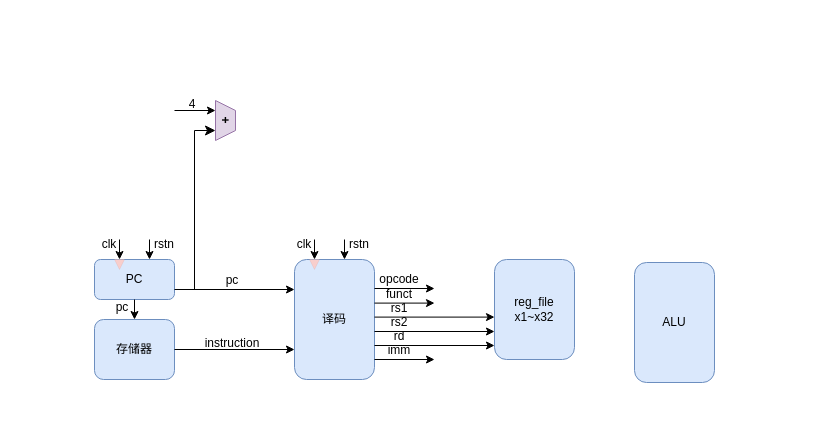
youmiwei/drawio keeps this draw.io diagram as riscv.drawio. Above is the earlier version. Source tidied: cells renumbered, new cells numbered last; positions are measured from the earlier drawing's top-left corner, leaving out a move shared by most shapes. Both pictures are drawn from the tidied source at 100%, with x=0, y=0 at pixel (94, 99).
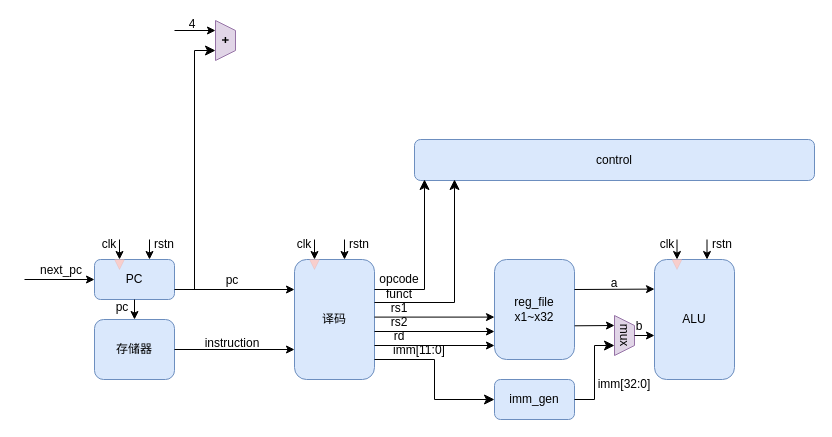
Above is the later version.

Unchanged cells that the change refers to:
```xml
<mxCell id="3" value="PC" style="rounded=1;whiteSpace=wrap;html=1;fillColor=#dae8fc;strokeColor=#6c8ebf;" parent="1" vertex="1">
  <mxGeometry y="160" width="80" height="40" as="geometry" />
</mxCell>
<mxCell id="38" value="&lt;div&gt;reg_file&lt;/div&gt;x1~x32" style="rounded=1;whiteSpace=wrap;html=1;fillColor=#dae8fc;strokeColor=#6c8ebf;" parent="1" vertex="1">
  <mxGeometry x="400" y="160" width="80" height="100" as="geometry" />
</mxCell>
```

What changed in the source:
```diff
@@
     <mxCell id="2" value="ALU" style="rounded=1;whiteSpace=wrap;html=1;fillColor=#dae8fc;strokeColor=#6c8ebf;" parent="1" vertex="1">
-      <mxGeometry x="540" y="163" width="80" height="120" as="geometry" />
+      <mxGeometry x="560" y="160" width="80" height="120" as="geometry" />
     </mxCell>
@@
-    <mxCell id="5" style="endArrow=classic;html=1;rounded=0;exitX=0.25;exitY=1;exitDx=0;exitDy=0;entryX=0.25;entryY=0;entryDx=0;entryDy=0;" parent="1" edge="1">
+    <mxCell id="5" style="endArrow=classic;html=1;rounded=0;exitX=0.25;exitY=1;exitDx=0;exitDy=0;entryX=0.25;entryY=0;entryDx=0;entryDy=0;fontStyle=1;" parent="1" edge="1">
       <mxGeometry relative="1" as="geometry">
         <mxPoint x="40" y="200" as="sourcePoint" />
         <mxPoint x="40" y="220" as="targetPoint" />
       </mxGeometry>
     </mxCell>
@@
     <mxCell id="22" value="&lt;div align=&quot;center&quot;&gt;&lt;div&gt;&lt;b&gt;+&lt;/b&gt;&lt;/div&gt;&lt;/div&gt;" style="shape=trapezoid;perimeter=trapezoidPerimeter;whiteSpace=wrap;html=1;fixedSize=1;size=10;rotation=90;fillColor=#e1d5e7;strokeColor=#9673a6;align=center;" parent="1" vertex="1">
-      <mxGeometry x="111" y="11" width="40" height="20" as="geometry" />
+      <mxGeometry x="111" y="-69" width="40" height="20" as="geometry" />
     </mxCell>
@@
     <mxCell id="24" style="endArrow=classic;html=1;rounded=0;entryX=0.25;entryY=1;entryDx=0;entryDy=0;" parent="1" edge="1" target="22">
       <mxGeometry relative="1" as="geometry">
-        <mxPoint x="80" y="11" as="sourcePoint" />
+        <mxPoint x="80" y="-69" as="sourcePoint" />
       </mxGeometry>
     </mxCell>
     <mxCell id="25" value="4" style="text;html=1;align=center;verticalAlign=middle;whiteSpace=wrap;rounded=0;" parent="1" vertex="1">
-      <mxGeometry x="83" width="30" height="10" as="geometry" />
+      <mxGeometry x="83" y="-80" width="30" height="10" as="geometry" />
     </mxCell>
-    <mxCell id="26" style="endArrow=classic;html=1;rounded=0;exitX=1;exitY=0.75;exitDx=0;exitDy=0;" parent="1" edge="1">
-      <mxGeometry relative="1" as="geometry">
-        <mxPoint x="280" y="189" as="sourcePoint" />
-        <mxPoint x="340" y="189" as="targetPoint" />
-      </mxGeometry>
-    </mxCell>
@@
-    <mxCell id="28" style="endArrow=classic;html=1;rounded=0;exitX=1;exitY=0.75;exitDx=0;exitDy=0;" parent="1" edge="1">
-      <mxGeometry relative="1" as="geometry">
-        <mxPoint x="280" y="203.6" as="sourcePoint" />
-        <mxPoint x="340" y="203.6" as="targetPoint" />
-      </mxGeometry>
-    </mxCell>
@@
-    <mxCell id="36" style="endArrow=classic;html=1;rounded=0;exitX=1;exitY=0.75;exitDx=0;exitDy=0;" parent="1" edge="1">
-      <mxGeometry relative="1" as="geometry">
-        <mxPoint x="280" y="260" as="sourcePoint" />
-        <mxPoint x="340" y="260" as="targetPoint" />
-      </mxGeometry>
-    </mxCell>
-    <mxCell id="37" value="imm" style="text;html=1;align=center;verticalAlign=middle;whiteSpace=wrap;rounded=0;" parent="1" vertex="1">
-      <mxGeometry x="290" y="246" width="30" height="10" as="geometry" />
+    <mxCell id="37" value="imm[11:0]" style="text;html=1;align=center;verticalAlign=middle;whiteSpace=wrap;rounded=0;" parent="1" vertex="1">
+      <mxGeometry x="290" y="246" width="70" height="10" as="geometry" />
     </mxCell>
@@
+    <mxCell id="39" value="imm_gen" style="rounded=1;whiteSpace=wrap;html=1;fillColor=#dae8fc;strokeColor=#6c8ebf;" parent="1" vertex="1">
+      <mxGeometry x="400" y="280" width="80" height="40" as="geometry" />
+    </mxCell>
+    <mxCell id="40" style="edgeStyle=elbowEdgeStyle;elbow=horizontal;endArrow=classic;html=1;curved=0;rounded=0;endSize=8;startSize=8;entryX=0;entryY=0.5;entryDx=0;entryDy=0;" parent="1" edge="1" target="39">
+      <mxGeometry relative="1" as="geometry">
+        <mxPoint x="280" y="260" as="sourcePoint" />
+      </mxGeometry>
+    </mxCell>
+    <mxCell id="41" value="control" style="rounded=1;whiteSpace=wrap;html=1;fillColor=#dae8fc;strokeColor=#6c8ebf;" parent="1" vertex="1">
+      <mxGeometry x="320" y="40" width="400" height="41" as="geometry" />
+    </mxCell>
+    <mxCell id="42" style="edgeStyle=elbowEdgeStyle;elbow=horizontal;endArrow=classic;html=1;curved=0;rounded=0;endSize=8;startSize=8;" parent="1" edge="1">
+      <mxGeometry relative="1" as="geometry">
+        <mxPoint x="280" y="190" as="sourcePoint" />
+        <mxPoint x="330" y="80" as="targetPoint" />
+        <Array as="points">
+          <mxPoint x="330" y="170" />
+        </Array>
+      </mxGeometry>
+    </mxCell>
+    <mxCell id="43" style="edgeStyle=elbowEdgeStyle;elbow=horizontal;endArrow=classic;html=1;curved=0;rounded=0;endSize=8;startSize=8;" parent="1" edge="1">
+      <mxGeometry relative="1" as="geometry">
+        <mxPoint x="280" y="203" as="sourcePoint" />
+        <mxPoint x="360" y="80" as="targetPoint" />
+        <Array as="points">
+          <mxPoint x="360" y="203" />
+        </Array>
+      </mxGeometry>
+    </mxCell>
+    <mxCell id="44" value="mux" style="shape=trapezoid;perimeter=trapezoidPerimeter;whiteSpace=wrap;html=1;fixedSize=1;size=10;rotation=90;fillColor=#e1d5e7;strokeColor=#9673a6;align=center;" parent="1" vertex="1">
+      <mxGeometry x="510" y="226" width="40" height="20" as="geometry" />
+    </mxCell>
+    <mxCell id="45" style="endArrow=classic;html=1;rounded=0;entryX=0.25;entryY=1;entryDx=0;entryDy=0;exitX=1.002;exitY=0.663;exitDx=0;exitDy=0;exitPerimeter=0;" parent="1" edge="1" source="38" target="44">
+      <mxGeometry relative="1" as="geometry" />
+    </mxCell>
+    <mxCell id="46" style="edgeStyle=segmentEdgeStyle;endArrow=classic;html=1;curved=0;rounded=0;endSize=8;startSize=8;exitX=1;exitY=0.5;exitDx=0;exitDy=0;entryX=0.75;entryY=1;entryDx=0;entryDy=0;" parent="1" edge="1" source="39" target="44">
+      <mxGeometry relative="1" as="geometry">
+        <Array as="points">
+          <mxPoint x="500" y="300" />
+          <mxPoint x="500" y="246" />
+        </Array>
+      </mxGeometry>
+    </mxCell>
+    <mxCell id="47" style="endArrow=classic;html=1;rounded=0;exitX=0.5;exitY=0;exitDx=0;exitDy=0;" parent="1" edge="1" source="44">
+      <mxGeometry relative="1" as="geometry">
+        <mxPoint x="560" y="236" as="targetPoint" />
+      </mxGeometry>
+    </mxCell>
+    <mxCell id="48" value="b" style="text;html=1;align=center;verticalAlign=middle;whiteSpace=wrap;rounded=0;" parent="1" vertex="1">
+      <mxGeometry x="540" y="222" width="10" height="10" as="geometry" />
+    </mxCell>
+    <mxCell id="49" value="imm[32:0]" style="text;html=1;align=center;verticalAlign=middle;whiteSpace=wrap;rounded=0;" parent="1" vertex="1">
+      <mxGeometry x="495" y="280" width="70" height="10" as="geometry" />
+    </mxCell>
+    <mxCell id="50" style="endArrow=classic;html=1;rounded=0;" parent="1" edge="1">
+      <mxGeometry relative="1" as="geometry">
+        <mxPoint x="480" y="190" as="sourcePoint" />
+        <mxPoint x="560" y="189.6" as="targetPoint" />
+      </mxGeometry>
+    </mxCell>
+    <mxCell id="51" value="a" style="text;html=1;align=center;verticalAlign=middle;whiteSpace=wrap;rounded=0;" parent="1" vertex="1">
+      <mxGeometry x="515" y="178.6" width="10" height="10" as="geometry" />
+    </mxCell>
+    <mxCell id="52" style="endArrow=classic;html=1;rounded=0;entryX=0;entryY=0.5;entryDx=0;entryDy=0;" parent="1" edge="1" target="3">
+      <mxGeometry relative="1" as="geometry">
+        <mxPoint x="-70" y="180" as="sourcePoint" />
+      </mxGeometry>
+    </mxCell>
+    <mxCell id="53" value="next_pc" style="text;html=1;align=center;verticalAlign=middle;whiteSpace=wrap;rounded=0;" parent="1" vertex="1">
+      <mxGeometry x="-48" y="166" width="30" height="10" as="geometry" />
+    </mxCell>
+    <mxCell id="54" style="triangle;whiteSpace=wrap;html=1;rotation=90;fillColor=#f8cecc;strokeColor=#b85450;strokeWidth=0;" parent="1" vertex="1">
+      <mxGeometry x="577.5" y="160" width="10" height="10" as="geometry" />
+    </mxCell>
+    <mxCell id="55" style="endArrow=classic;html=1;rounded=0;entryX=0;entryY=0.5;entryDx=0;entryDy=0;" parent="1" edge="1" target="54">
+      <mxGeometry relative="1" as="geometry">
+        <mxPoint x="582.5" y="140" as="sourcePoint" />
+      </mxGeometry>
+    </mxCell>
+    <mxCell id="56" value="clk" style="text;html=1;align=center;verticalAlign=middle;whiteSpace=wrap;rounded=0;" parent="1" vertex="1">
+      <mxGeometry x="557.5" y="140" width="30" height="10" as="geometry" />
+    </mxCell>
+    <mxCell id="57" style="endArrow=classic;html=1;rounded=0;entryX=0;entryY=0.5;entryDx=0;entryDy=0;" parent="1" edge="1">
+      <mxGeometry relative="1" as="geometry">
+        <mxPoint x="612.5" y="140" as="sourcePoint" />
+        <mxPoint x="612.5" y="160" as="targetPoint" />
+      </mxGeometry>
+    </mxCell>
+    <mxCell id="58" value="rstn" style="text;html=1;align=center;verticalAlign=middle;whiteSpace=wrap;rounded=0;" parent="1" vertex="1">
+      <mxGeometry x="612.5" y="140" width="30" height="10" as="geometry" />
+    </mxCell>
```
